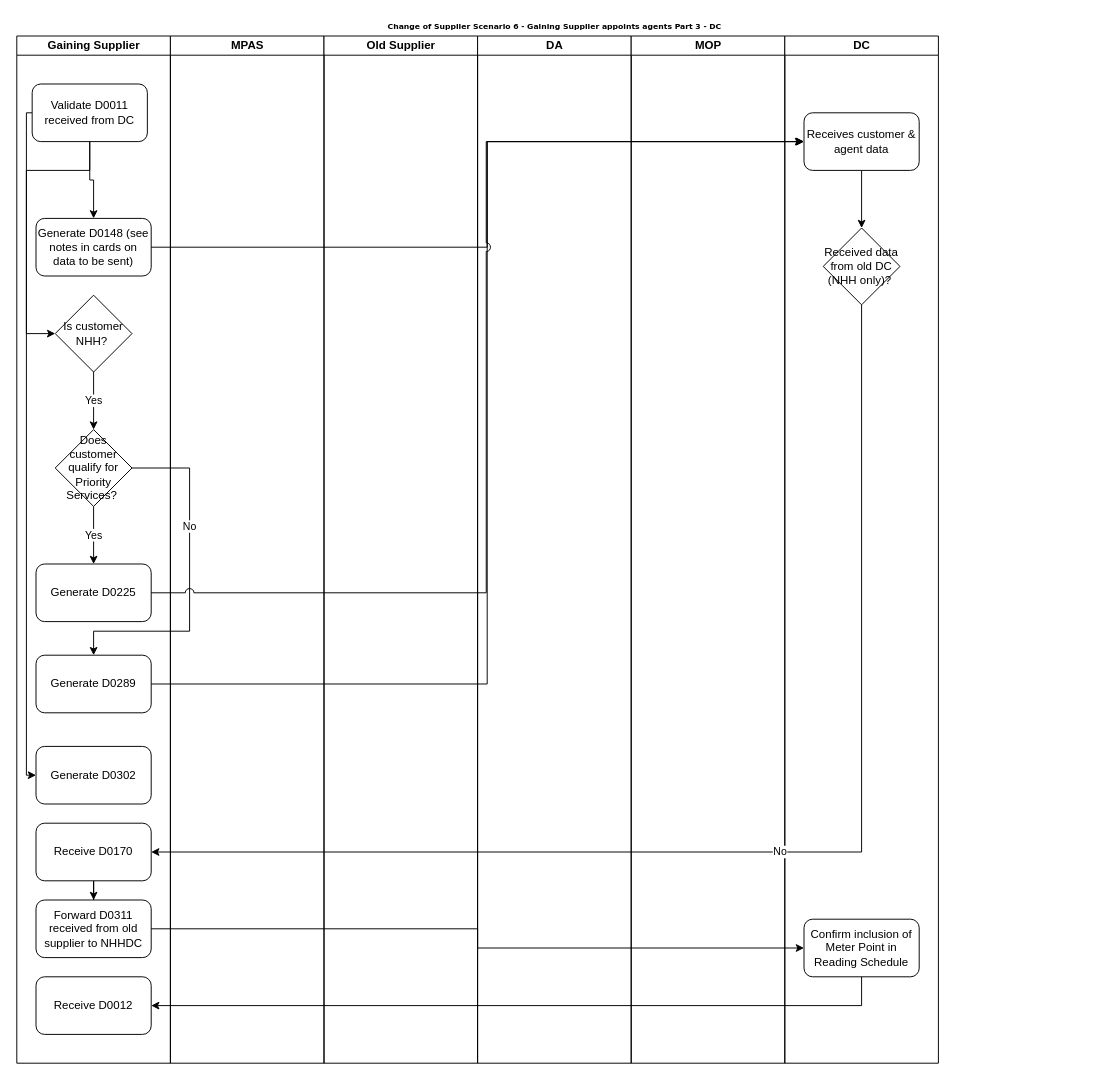
Above: Gaining Customer Electricity Scenario 6.drawio in andykanu/energy-business-processes (draw.io), before the change. Source tidied: cells renumbered, new cells numbered last; positions are measured from the earlier drawing's top-left corner, leaving out a move shared by most shapes. Both pictures are drawn from the tidied source at 96%, with x=0, y=0 at pixel (16, 16).
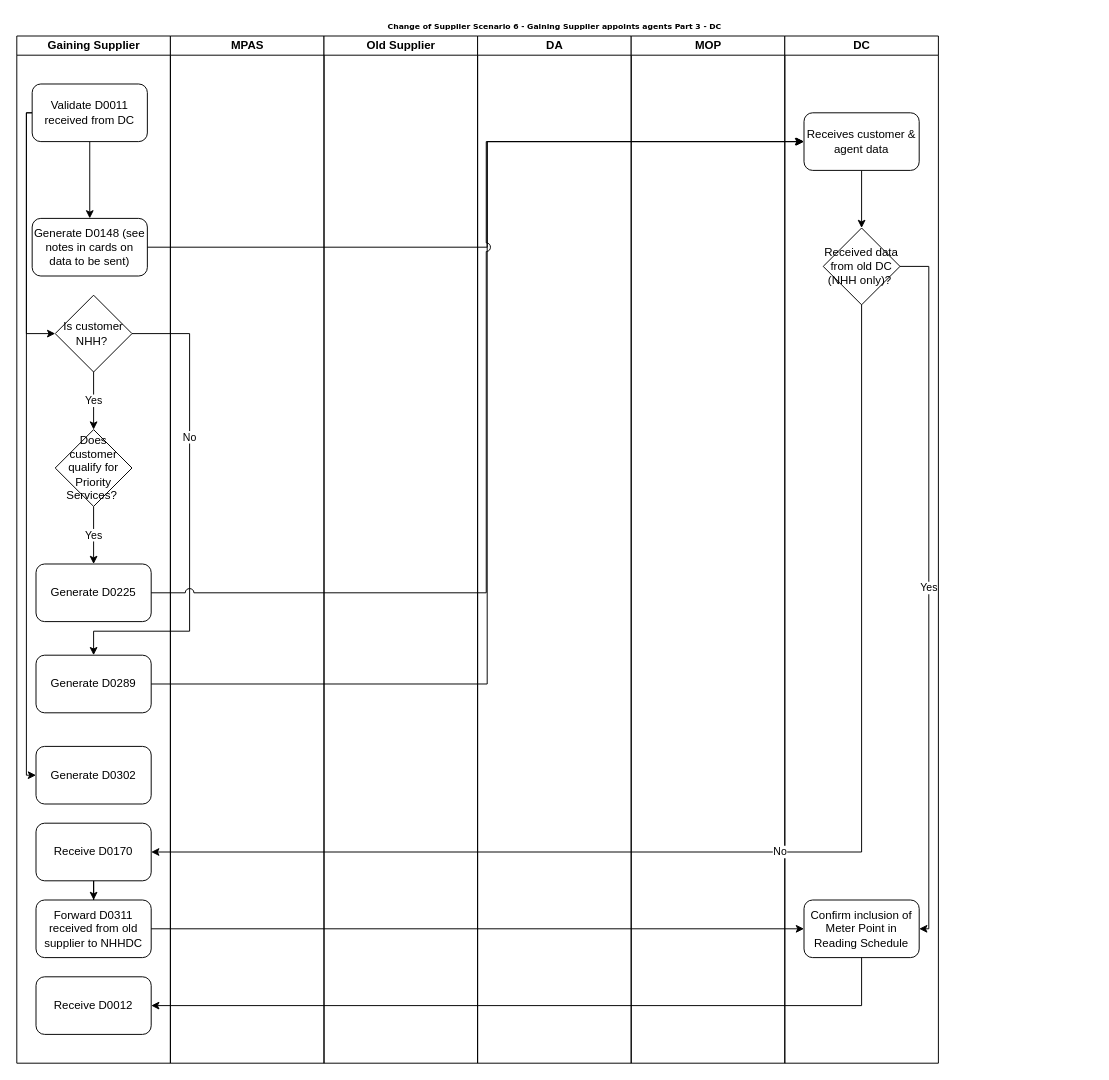
Above is the later version.

The change refers to these unchanged cells:
```xml
<mxCell id="2" value="Change of Supplier Scenario 6 - Gaining Supplier appoints agents Part 3 - DC" style="swimlane;html=1;startSize=20;rounded=0;shadow=0;labelBackgroundColor=none;strokeColor=none;strokeWidth=1;fillColor=#ffffff;fontFamily=Verdana;fontSize=8;fontColor=#000000;align=center;" parent="1" vertex="1">
  <mxGeometry width="1120" height="1090" as="geometry" />
</mxCell>
<mxCell id="3" value="Gaining Supplier" style="swimlane;html=1;startSize=20;" parent="2" vertex="1">
  <mxGeometry y="20" width="160" height="1070" as="geometry" />
</mxCell>
<mxCell id="8" value="Validate D0011 received from DC" style="rounded=1;whiteSpace=wrap;html=1;" parent="3" vertex="1">
  <mxGeometry x="16" y="50" width="120" height="60" as="geometry" />
</mxCell>
<mxCell id="12" value="Does customer qualify for Priority Services?&amp;nbsp;" style="rhombus;whiteSpace=wrap;html=1;" parent="3" vertex="1">
  <mxGeometry x="40" y="410" width="80" height="80" as="geometry" />
</mxCell>
<mxCell id="14" value="Generate D0302" style="rounded=1;whiteSpace=wrap;html=1;" parent="3" vertex="1">
  <mxGeometry x="20" y="740" width="120" height="60" as="geometry" />
</mxCell>
<mxCell id="16" value="Is customer NHH?&amp;nbsp;" style="rhombus;whiteSpace=wrap;html=1;" parent="3" vertex="1">
  <mxGeometry x="40" y="270" width="80" height="80" as="geometry" />
</mxCell>
<mxCell id="17" value="Generate D0289" style="rounded=1;whiteSpace=wrap;html=1;" parent="3" vertex="1">
  <mxGeometry x="20" y="645" width="120" height="60" as="geometry" />
</mxCell>
<mxCell id="20" value="Forward D0311 received from old supplier to NHHDC" style="rounded=1;whiteSpace=wrap;html=1;" parent="3" vertex="1">
  <mxGeometry x="20" y="900" width="120" height="60" as="geometry" />
</mxCell>
<mxCell id="27" value="DC" style="swimlane;html=1;startSize=20;" parent="2" vertex="1">
  <mxGeometry x="800" y="20" width="160" height="1070" as="geometry" />
</mxCell>
<mxCell id="30" value="Received data from old DC (NHH only)?&amp;nbsp;" style="rhombus;whiteSpace=wrap;html=1;" parent="27" vertex="1">
  <mxGeometry x="40" y="200" width="80" height="80" as="geometry" />
</mxCell>
```

Change to the diagram source:
```diff
@@
-    <mxCell id="7" style="edgeStyle=orthogonalEdgeStyle;rounded=0;jettySize=auto;html=1;entryX=0;entryY=0.5;entryDx=0;entryDy=0;" parent="3" edge="1" source="8" target="14">
+    <mxCell id="7" style="edgeStyle=orthogonalEdgeStyle;rounded=0;jettySize=auto;html=1;entryX=0;entryY=0.5;entryDx=0;entryDy=0;exitX=0;exitY=0.5;exitDx=0;exitDy=0;" parent="3" edge="1" source="8" target="14">
       <mxGeometry relative="1" as="geometry">
         <Array as="points">
-          <mxPoint x="76" y="140" />
-          <mxPoint x="10" y="140" />
+          <mxPoint x="10" y="80" />
           <mxPoint x="10" y="770" />
         </Array>
       </mxGeometry>
     </mxCell>
@@
     <mxCell id="9" value="Generate D0148 (see notes in cards on data to be sent)" style="rounded=1;whiteSpace=wrap;html=1;" parent="3" vertex="1">
-      <mxGeometry x="20" y="190" width="120" height="60" as="geometry" />
+      <mxGeometry x="16" y="190" width="120" height="60" as="geometry" />
     </mxCell>
@@
-    <mxCell id="11" value="No" style="edgeStyle=orthogonalEdgeStyle;rounded=0;jettySize=auto;html=1;exitX=1;exitY=0.5;exitDx=0;exitDy=0;entryX=0.5;entryY=0;entryDx=0;entryDy=0;jumpStyle=arc;jumpSize=9;" parent="3" edge="1" source="12" target="17">
+    <mxCell id="11" value="No" style="edgeStyle=orthogonalEdgeStyle;rounded=0;jettySize=auto;html=1;exitX=1;exitY=0.5;exitDx=0;exitDy=0;entryX=0.5;entryY=0;entryDx=0;entryDy=0;jumpStyle=arc;jumpSize=9;" parent="3" edge="1" source="16" target="17">
       <mxGeometry x="-0.32" relative="1" as="geometry">
         <Array as="points">
-          <mxPoint x="180" y="450" />
+          <mxPoint x="180" y="310" />
           <mxPoint x="180" y="620" />
           <mxPoint x="80" y="620" />
         </Array>
       </mxGeometry>
     </mxCell>
@@
+    <mxCell id="38" value="Yes" style="edgeStyle=orthogonalEdgeStyle;rounded=0;jettySize=auto;html=1;exitX=1;exitY=0.5;exitDx=0;exitDy=0;entryX=1;entryY=0.5;entryDx=0;entryDy=0;" parent="27" edge="1" source="30" target="31">
+      <mxGeometry relative="1" as="geometry">
+        <Array as="points">
+          <mxPoint x="150" y="240" />
+          <mxPoint x="150" y="930" />
+        </Array>
+      </mxGeometry>
+    </mxCell>
@@
     <mxCell id="31" value="Confirm inclusion of Meter Point in Reading Schedule" style="rounded=1;whiteSpace=wrap;html=1;" parent="27" vertex="1">
-      <mxGeometry x="20" y="920" width="120" height="60" as="geometry" />
+      <mxGeometry x="20" y="900" width="120" height="60" as="geometry" />
     </mxCell>
@@
     <mxCell id="35" style="edgeStyle=orthogonalEdgeStyle;rounded=0;jumpStyle=arc;jumpSize=9;jettySize=auto;html=1;exitX=1;exitY=0.5;exitDx=0;exitDy=0;entryX=0;entryY=0.5;entryDx=0;entryDy=0;" parent="2" edge="1" source="20" target="31">
-      <mxGeometry relative="1" as="geometry" />
+      <mxGeometry relative="1" as="geometry">
+        <Array as="points">
+          <mxPoint x="820" y="950" />
+        </Array>
+      </mxGeometry>
     </mxCell>
```
